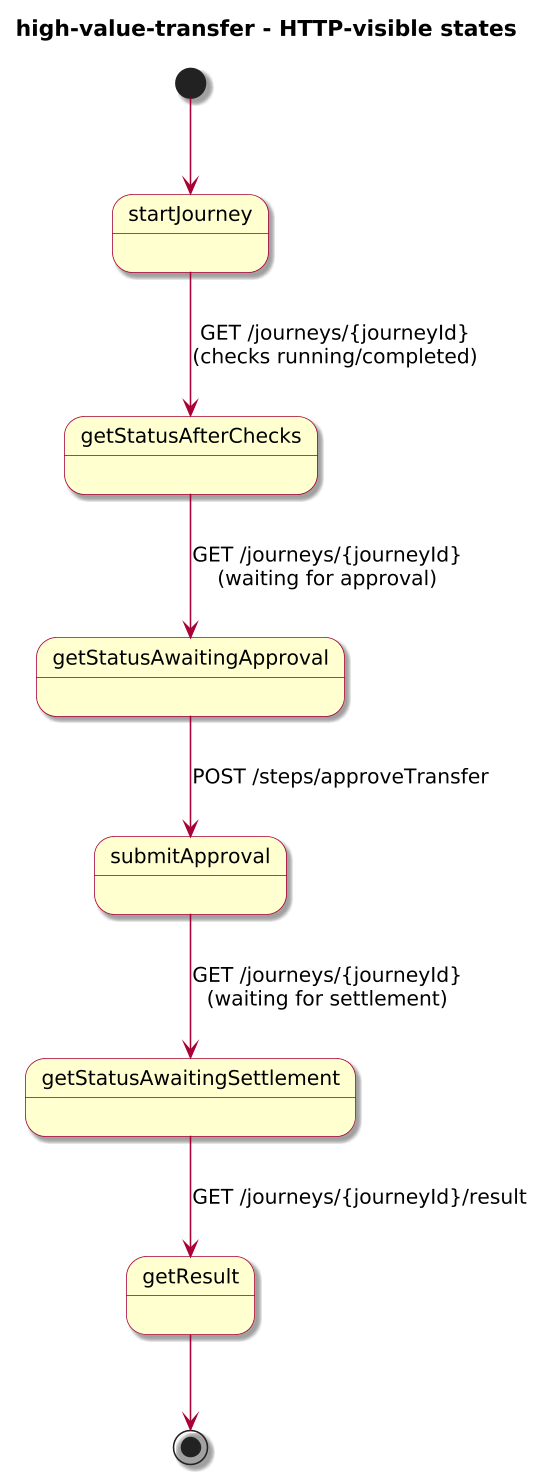
Above: docs/3-reference/examples/business/high-value-transfer/diagrams/high-value-transfer-state.png in ivanstambuk/journeyforge (PlantUML), before the change.
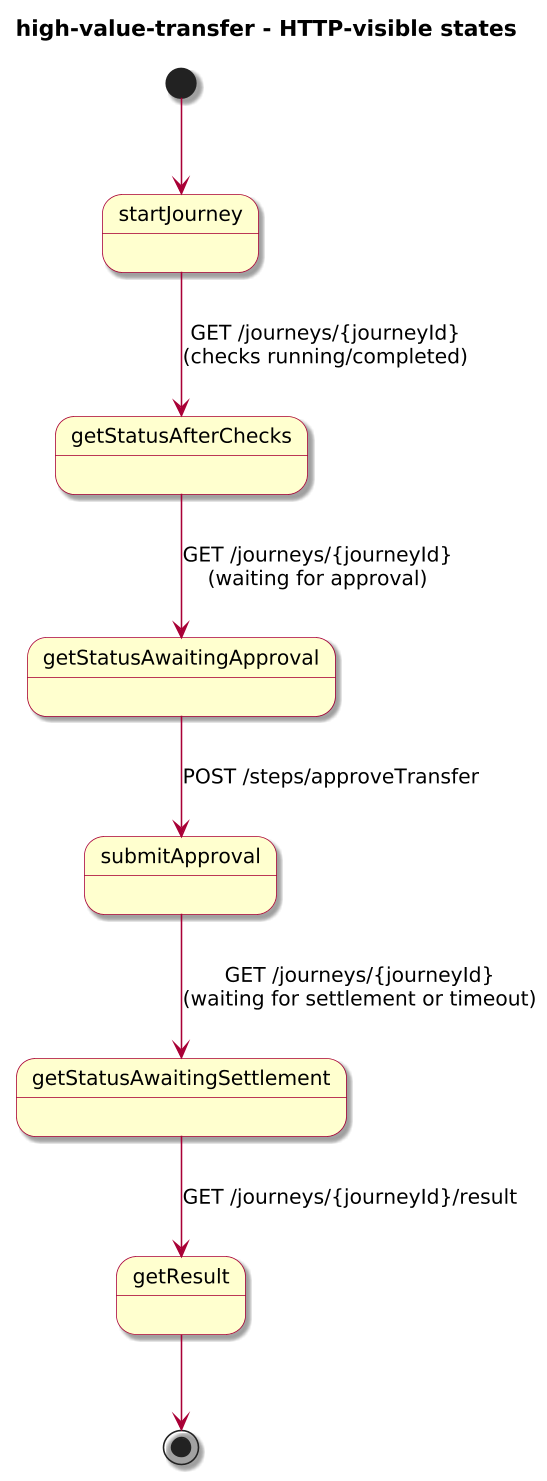
The same diagram one commit later.

Change to the diagram source:
```diff
@@ -14,7 +14,7 @@
 startJourney --> getStatusAfterChecks : GET /journeys/{journeyId}\n(checks running/completed)
 getStatusAfterChecks --> getStatusAwaitingApproval : GET /journeys/{journeyId}\n(waiting for approval)
 getStatusAwaitingApproval --> submitApproval : POST /steps/approveTransfer
-submitApproval --> getStatusAwaitingSettlement : GET /journeys/{journeyId}\n(waiting for settlement)
+submitApproval --> getStatusAwaitingSettlement : GET /journeys/{journeyId}\n(waiting for settlement or timeout)
 getStatusAwaitingSettlement --> getResult : GET /journeys/{journeyId}/result
 
 getResult --> [*]
```
